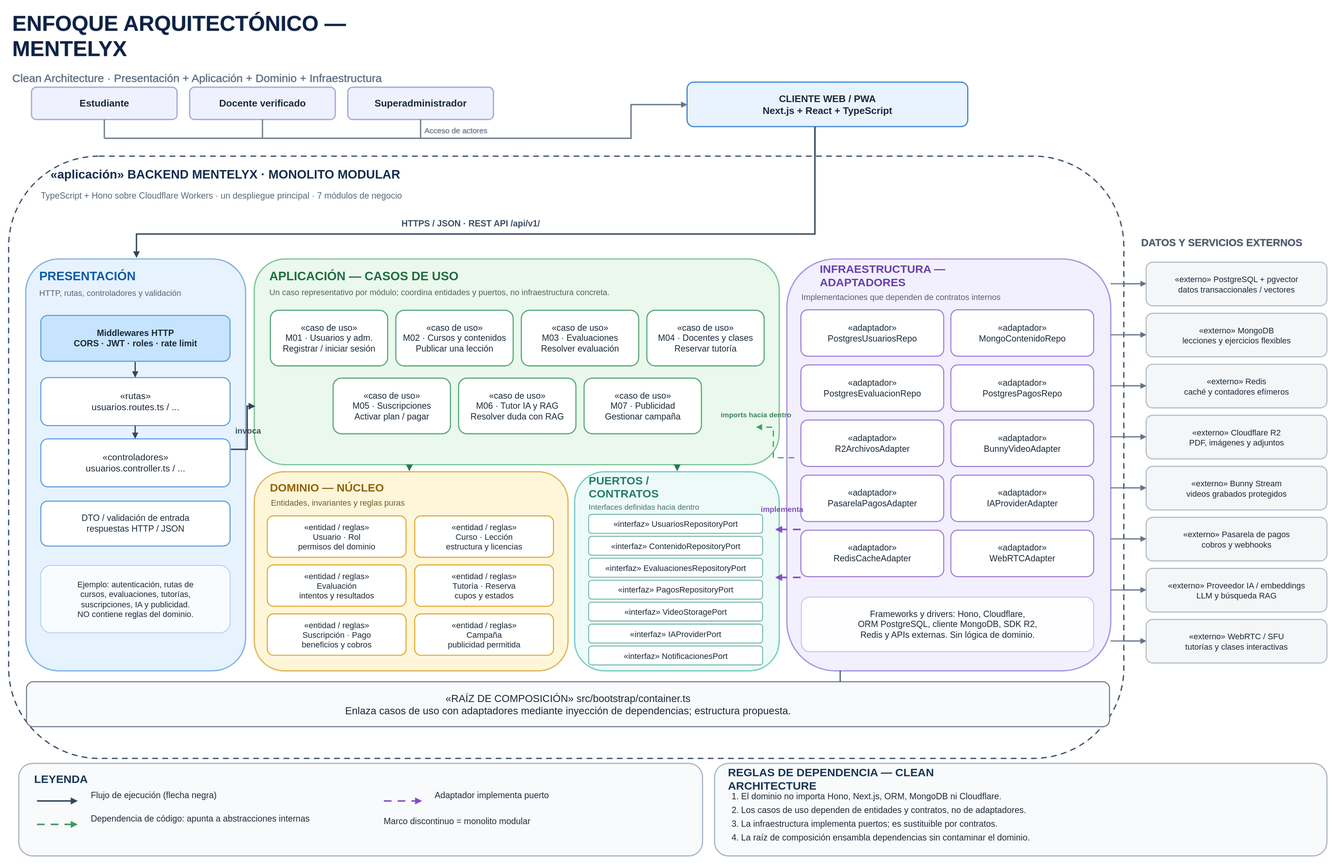
This is docs/img/fuentes-svg/estilo-arquitectonico.svg from 100robert/Mentelyx, a draw.io export, as it was before one commit. Source tidied: cells renumbered, new cells last; positions are measured from the earlier drawing's top-left corner, leaving out a move shared by most shapes.
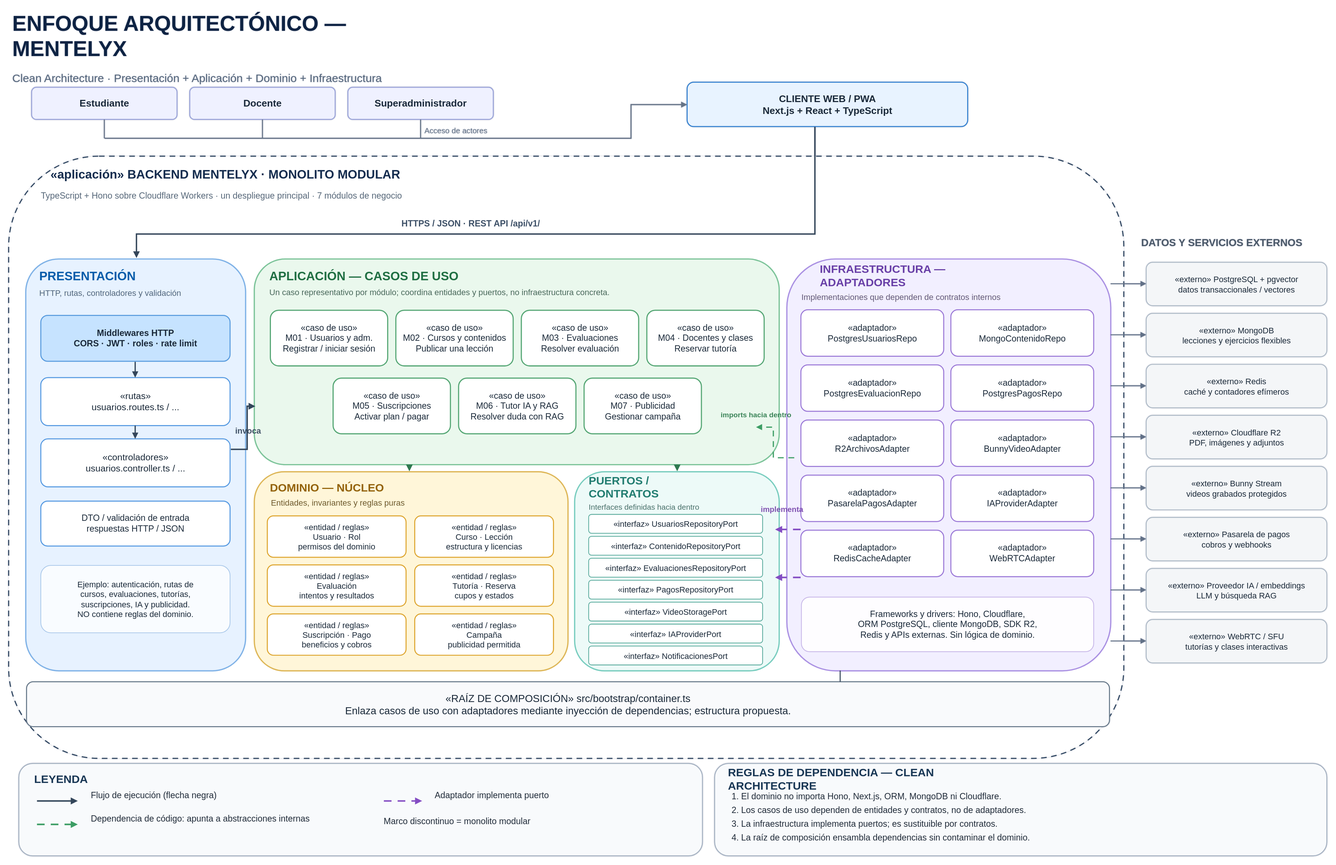
Above is the later version.

The edit, as a diff of the source:
```diff
@@ -11,7 +11,7 @@
     <mxCell id="4" value="Estudiante" style="rounded=1;whiteSpace=wrap;html=0;strokeColor=#9BA4D9;fillColor=#EFF1FF;strokeWidth=2;fontColor=#1A2939;fontSize=19;fontFamily=Arial;fontStyle=1;align=center;verticalAlign=middle;" parent="1" vertex="1">
       <mxGeometry x="45" y="155" width="285" height="63" as="geometry" />
     </mxCell>
-    <mxCell id="5" value="Docente verificado" style="rounded=1;whiteSpace=wrap;html=0;strokeColor=#9BA4D9;fillColor=#EFF1FF;strokeWidth=2;fontColor=#1A2939;fontSize=19;fontFamily=Arial;fontStyle=1;align=center;verticalAlign=middle;" parent="1" vertex="1">
+    <mxCell id="5" value="Docente" style="rounded=1;whiteSpace=wrap;html=0;strokeColor=#9BA4D9;fillColor=#EFF1FF;strokeWidth=2;fontColor=#1A2939;fontSize=19;fontFamily=Arial;fontStyle=1;align=center;verticalAlign=middle;" parent="1" vertex="1">
       <mxGeometry x="355" y="155" width="285" height="63" as="geometry" />
     </mxCell>
     <mxCell id="6" value="Superadministrador" style="rounded=1;whiteSpace=wrap;html=0;strokeColor=#9BA4D9;fillColor=#EFF1FF;strokeWidth=2;fontColor=#1A2939;fontSize=19;fontFamily=Arial;fontStyle=1;align=center;verticalAlign=middle;" parent="1" vertex="1">
```
